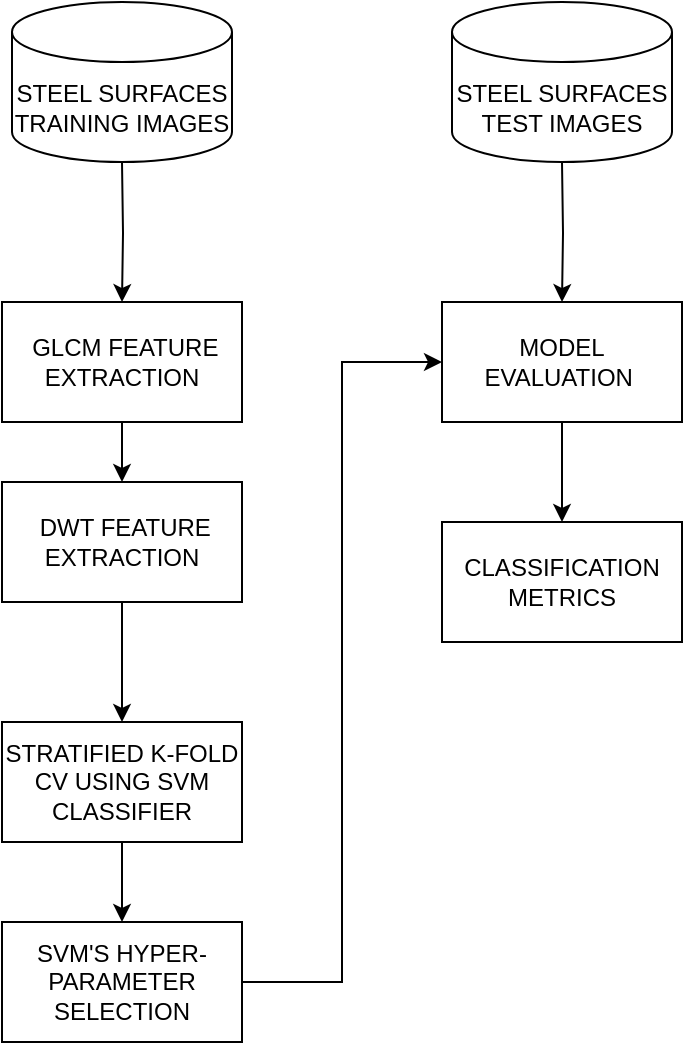
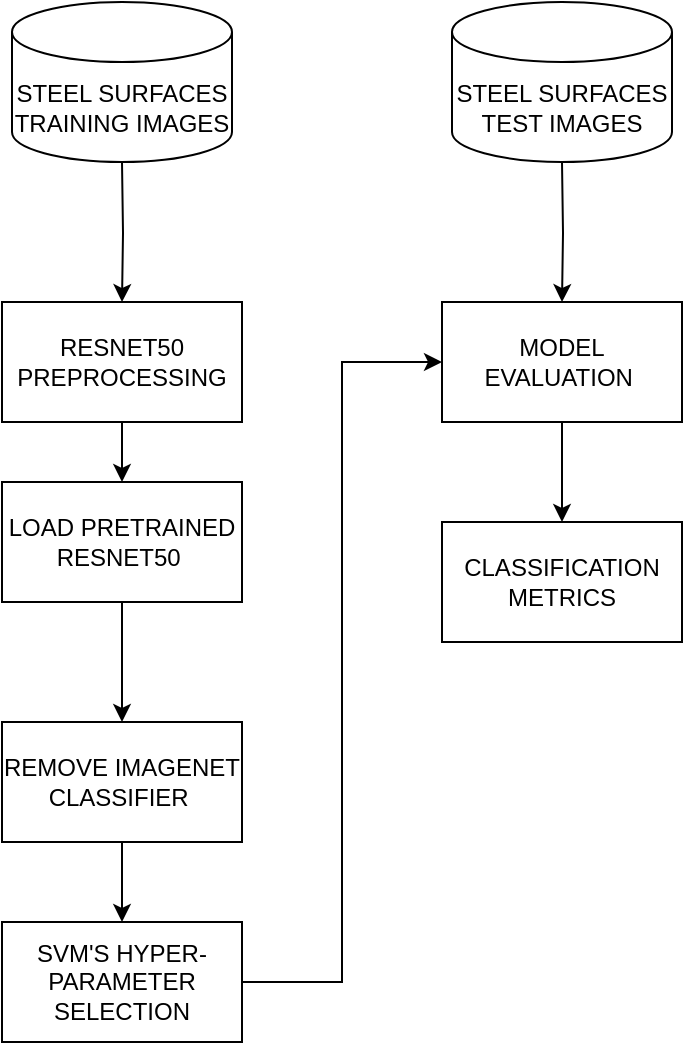
<mxfile host="app.diagrams.net">
  <diagram name="Page-1" id="Prmxn7w634DNLxsjH7Ni">
    <mxGraphModel dx="1204" dy="761" grid="1" gridSize="10" guides="1" tooltips="1" connect="1" arrows="1" fold="1" page="1" pageScale="1" pageWidth="827" pageHeight="1169" math="0" shadow="0">
      <root>
        <mxCell id="0" />
        <mxCell id="1" parent="0" />
        <mxCell id="3GNQFcIypI1lWF14nDhn-11" edge="1" parent="1" style="edgeStyle=orthogonalEdgeStyle;rounded=0;orthogonalLoop=1;jettySize=auto;html=1;" target="3GNQFcIypI1lWF14nDhn-2">
          <mxGeometry relative="1" as="geometry">
            <mxPoint x="360" y="90" as="sourcePoint" />
            <mxPoint x="360" y="160" as="targetPoint" />
          </mxGeometry>
        </mxCell>
        <mxCell id="3GNQFcIypI1lWF14nDhn-13" edge="1" parent="1" source="3GNQFcIypI1lWF14nDhn-2" style="edgeStyle=orthogonalEdgeStyle;rounded=0;orthogonalLoop=1;jettySize=auto;html=1;" target="3GNQFcIypI1lWF14nDhn-3">
          <mxGeometry relative="1" as="geometry" />
        </mxCell>
-         <mxCell id="3GNQFcIypI1lWF14nDhn-2" parent="1" style="rounded=0;whiteSpace=wrap;html=1;" value="&amp;nbsp;GLCM FEATURE EXTRACTION" vertex="1">
+         <mxCell id="3GNQFcIypI1lWF14nDhn-2" parent="1" style="rounded=0;whiteSpace=wrap;html=1;" value="RESNET50 PREPROCESSING" vertex="1">
          <mxGeometry height="60" width="120" x="300" y="160" as="geometry" />
        </mxCell>
        <mxCell id="3GNQFcIypI1lWF14nDhn-14" edge="1" parent="1" source="3GNQFcIypI1lWF14nDhn-3" style="edgeStyle=orthogonalEdgeStyle;rounded=0;orthogonalLoop=1;jettySize=auto;html=1;entryX=0.5;entryY=0;entryDx=0;entryDy=0;" target="3GNQFcIypI1lWF14nDhn-6">
          <mxGeometry relative="1" as="geometry" />
        </mxCell>
-         <mxCell id="3GNQFcIypI1lWF14nDhn-3" parent="1" style="rounded=0;whiteSpace=wrap;html=1;" value="&amp;nbsp;DWT FEATURE EXTRACTION" vertex="1">
+         <mxCell id="3GNQFcIypI1lWF14nDhn-3" parent="1" style="rounded=0;whiteSpace=wrap;html=1;" value="LOAD PRETRAINED RESNET50&amp;nbsp;" vertex="1">
          <mxGeometry height="60" width="120" x="300" y="250" as="geometry" />
        </mxCell>
        <mxCell id="3GNQFcIypI1lWF14nDhn-15" edge="1" parent="1" source="3GNQFcIypI1lWF14nDhn-6" style="edgeStyle=orthogonalEdgeStyle;rounded=0;orthogonalLoop=1;jettySize=auto;html=1;entryX=0.5;entryY=0;entryDx=0;entryDy=0;" target="3GNQFcIypI1lWF14nDhn-7">
          <mxGeometry relative="1" as="geometry" />
        </mxCell>
-         <mxCell id="3GNQFcIypI1lWF14nDhn-6" parent="1" style="rounded=0;whiteSpace=wrap;html=1;" value="STRATIFIED K-FOLD CV USING SVM CLASSIFIER" vertex="1">
+         <mxCell id="3GNQFcIypI1lWF14nDhn-6" parent="1" style="rounded=0;whiteSpace=wrap;html=1;" value="REMOVE IMAGENET CLASSIFIER&amp;nbsp;" vertex="1">
          <mxGeometry height="60" width="120" x="300" y="370" as="geometry" />
        </mxCell>
        <mxCell id="3GNQFcIypI1lWF14nDhn-18" edge="1" parent="1" source="3GNQFcIypI1lWF14nDhn-7" style="edgeStyle=orthogonalEdgeStyle;rounded=0;orthogonalLoop=1;jettySize=auto;html=1;entryX=0;entryY=0.5;entryDx=0;entryDy=0;" target="3GNQFcIypI1lWF14nDhn-9">
          <mxGeometry relative="1" as="geometry" />
        </mxCell>
        <mxCell id="3GNQFcIypI1lWF14nDhn-7" parent="1" style="rounded=0;whiteSpace=wrap;html=1;" value="SVM&#39;S HYPER-PARAMETER SELECTION" vertex="1">
          <mxGeometry height="60" width="120" x="300" y="470" as="geometry" />
        </mxCell>
        <mxCell id="3GNQFcIypI1lWF14nDhn-16" edge="1" parent="1" style="edgeStyle=orthogonalEdgeStyle;rounded=0;orthogonalLoop=1;jettySize=auto;html=1;" target="3GNQFcIypI1lWF14nDhn-9">
          <mxGeometry relative="1" as="geometry">
            <mxPoint x="580" y="90" as="sourcePoint" />
          </mxGeometry>
        </mxCell>
        <mxCell id="3GNQFcIypI1lWF14nDhn-17" edge="1" parent="1" source="3GNQFcIypI1lWF14nDhn-9" style="edgeStyle=orthogonalEdgeStyle;rounded=0;orthogonalLoop=1;jettySize=auto;html=1;" target="3GNQFcIypI1lWF14nDhn-10">
          <mxGeometry relative="1" as="geometry" />
        </mxCell>
        <mxCell id="3GNQFcIypI1lWF14nDhn-9" parent="1" style="rounded=0;whiteSpace=wrap;html=1;" value="MODEL EVALUATION&amp;nbsp;" vertex="1">
          <mxGeometry height="60" width="120" x="520" y="160" as="geometry" />
        </mxCell>
        <mxCell id="3GNQFcIypI1lWF14nDhn-10" parent="1" style="rounded=0;whiteSpace=wrap;html=1;" value="CLASSIFICATION METRICS" vertex="1">
          <mxGeometry height="60" width="120" x="520" y="270" as="geometry" />
        </mxCell>
        <mxCell id="3GNQFcIypI1lWF14nDhn-19" parent="1" style="shape=cylinder3;whiteSpace=wrap;html=1;boundedLbl=1;backgroundOutline=1;size=15;" value="STEEL SURFACES TRAINING IMAGES" vertex="1">
          <mxGeometry height="80" width="110" x="305" y="10" as="geometry" />
        </mxCell>
        <mxCell id="3GNQFcIypI1lWF14nDhn-20" parent="1" style="shape=cylinder3;whiteSpace=wrap;html=1;boundedLbl=1;backgroundOutline=1;size=15;" value="STEEL SURFACES TEST IMAGES" vertex="1">
          <mxGeometry height="80" width="110" x="525" y="10" as="geometry" />
        </mxCell>
      </root>
    </mxGraphModel>
  </diagram>
</mxfile>
